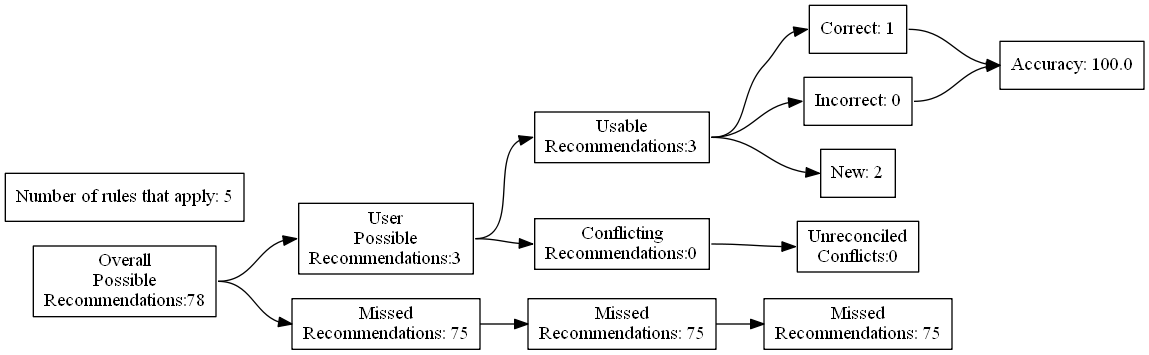
The Graphviz diagram test_renders/95.gv.png in ZaxR/ibd_diet_analysis, before a commit. Its source is kept beside it as test_renders/95.gv.
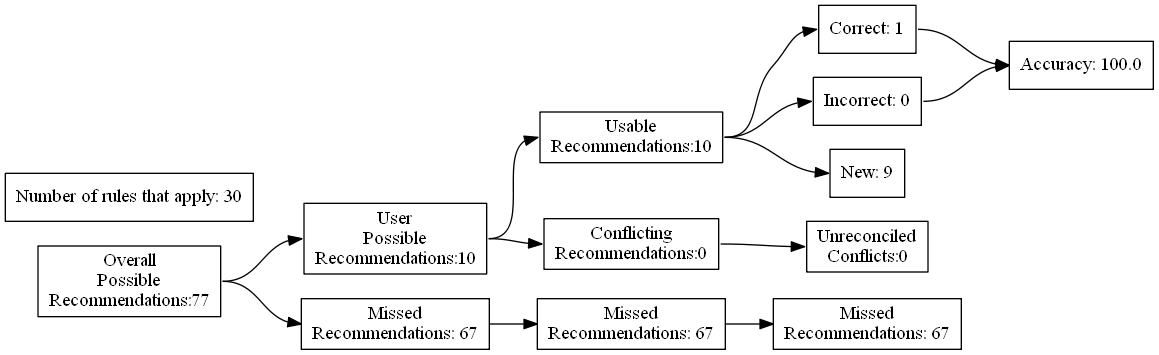
Later version of the same file.

Change to the diagram source:
```diff
@@ -4,27 +4,27 @@
 	edge [headport=w tailport=e]
 		A [label="Overall
 Possible
-Recommendations:78"]
+Recommendations:77"]
 		B [label="User
 Possible
-Recommendations:3"]
+Recommendations:10"]
 		C [label="Missed
-Recommendations: 75"]
+Recommendations: 67"]
 		D [label="Usable
-Recommendations:3"]
+Recommendations:10"]
 		E [label="Conflicting
 Recommendations:0"]
 		J [label="Missed
-Recommendations: 75"]
+Recommendations: 67"]
 		M [label="Unreconciled
 Conflicts:0"]
 		F [label="Correct: 1"]
 		G [label="Incorrect: 0"]
-		H [label="New: 2"]
+		H [label="New: 9"]
 		K [label="Missed
-Recommendations: 75"]
+Recommendations: 67"]
 		I [label="Accuracy: 100.0"]
-		l [label="Number of rules that apply: 5"]
+		l [label="Number of rules that apply: 30"]
 			A -> B
 			A -> C
 			B -> D
```
